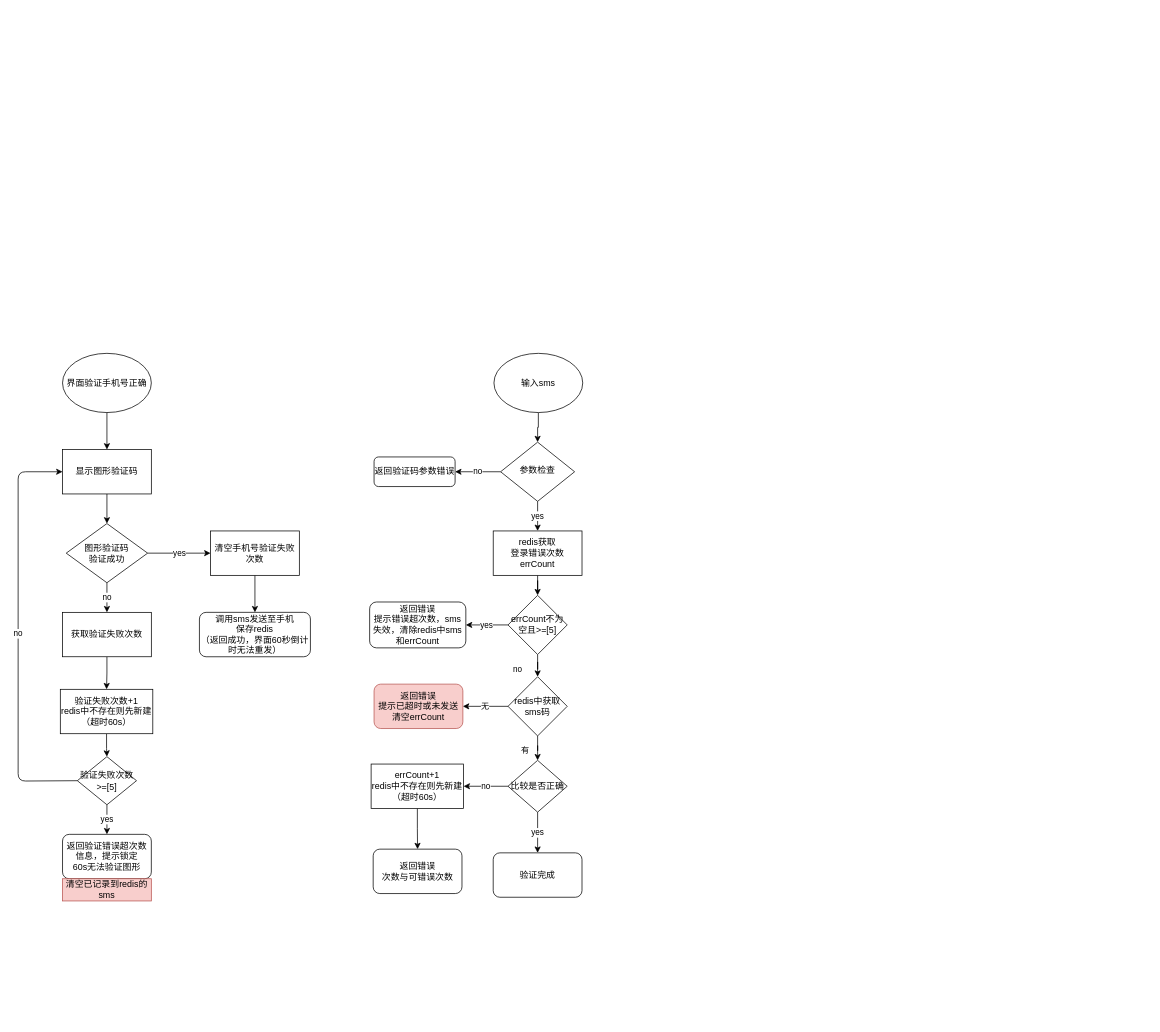
Earlier version of the draw.io diagram page "1" (1 of 3) of Untitled Diagram.drawio (leehomda/firsttest). Source tidied: cells renumbered, new cells numbered last; positions are measured from the earlier drawing's top-left corner, leaving out a move shared by most shapes. Both pictures are drawn from the tidied source at 74%, with x=0, y=0 at pixel (18, 353).
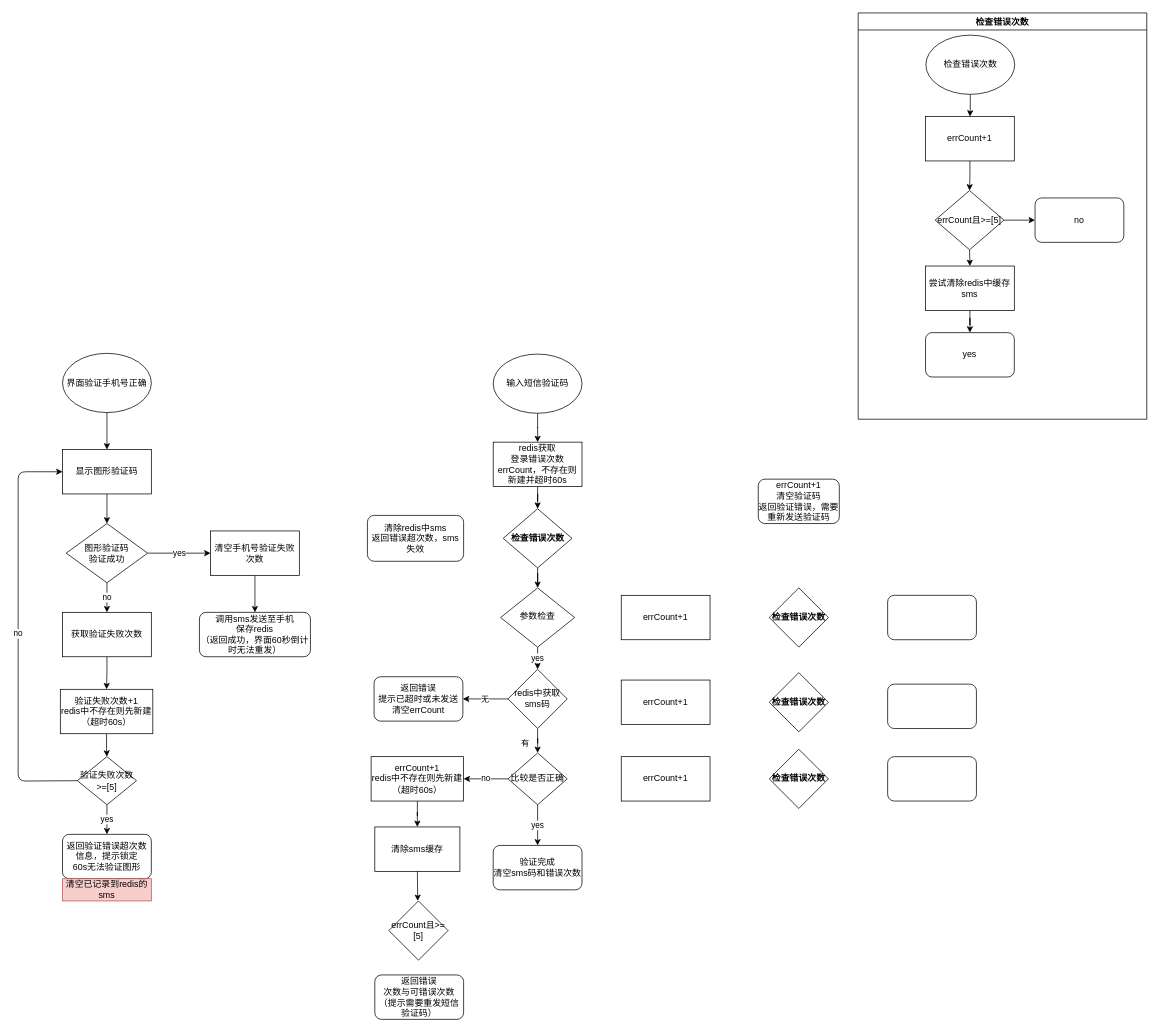
The same page after the edit.

Diff of the diagram source:
```diff
@@
-    <mxCell id="20" style="edgeStyle=orthogonalEdgeStyle;rounded=0;jettySize=auto;html=1;" parent="1" edge="1" source="21" target="25">
-      <mxGeometry relative="1" as="geometry" />
-    </mxCell>
+    <mxCell id="44" style="edgeStyle=orthogonalEdgeStyle;rounded=0;jettySize=auto;html=1;" parent="1" edge="1" source="21" target="28">
+      <mxGeometry relative="1" as="geometry" />
+    </mxCell>
-    <mxCell id="21" value="输入sms" style="ellipse;whiteSpace=wrap;html=1;" parent="1" vertex="1">
-      <mxGeometry x="643" width="120" height="80" as="geometry" />
+    <mxCell id="21" value="输入短信验证码" style="ellipse;whiteSpace=wrap;html=1;" parent="1" vertex="1">
+      <mxGeometry x="642" y="1" width="120" height="80" as="geometry" />
     </mxCell>
-    <mxCell id="22" value="验证完成" style="rounded=1;whiteSpace=wrap;html=1;" parent="1" vertex="1">
-      <mxGeometry x="642" y="675" width="120" height="60" as="geometry" />
+    <mxCell id="22" value="验证完成&lt;br&gt;清空sms码和错误次数" style="rounded=1;whiteSpace=wrap;html=1;" parent="1" vertex="1">
+      <mxGeometry x="642" y="665" width="120" height="60" as="geometry" />
     </mxCell>
-    <mxCell id="23" value="no" style="edgeStyle=orthogonalEdgeStyle;rounded=0;jettySize=auto;html=1;" parent="1" edge="1" source="25" target="26">
-      <mxGeometry relative="1" as="geometry" />
-    </mxCell>
-    <mxCell id="24" value="yes" style="edgeStyle=orthogonalEdgeStyle;rounded=0;jettySize=auto;html=1;" parent="1" edge="1" source="25" target="28">
-      <mxGeometry relative="1" as="geometry" />
-    </mxCell>
+    <mxCell id="45" value="yes" style="edgeStyle=orthogonalEdgeStyle;rounded=0;jettySize=auto;html=1;" parent="1" edge="1" source="25" target="40">
+      <mxGeometry relative="1" as="geometry" />
+    </mxCell>
     <mxCell id="25" value="参数检查" style="rhombus;whiteSpace=wrap;html=1;shadow=0;fontFamily=Helvetica;fontSize=12;align=center;strokeWidth=1;spacing=6;spacingTop=-4;" parent="1" vertex="1">
-      <mxGeometry x="652" y="120" width="100" height="80" as="geometry" />
+      <mxGeometry x="652" y="317" width="100" height="80" as="geometry" />
     </mxCell>
-    <mxCell id="26" value="返回验证码参数错误" style="rounded=1;whiteSpace=wrap;html=1;fontSize=12;glass=0;strokeWidth=1;shadow=0;" parent="1" vertex="1">
-      <mxGeometry x="481" y="140" width="109.5" height="40" as="geometry" />
+    <mxCell id="26" value="errCount+1&lt;br&gt;清空验证码&lt;br&gt;返回验证错误，需要重新发送验证码" style="rounded=1;whiteSpace=wrap;html=1;fontSize=12;glass=0;strokeWidth=1;shadow=0;" parent="1" vertex="1">
+      <mxGeometry x="1000.2" y="170" width="109.5" height="60" as="geometry" />
     </mxCell>
-    <mxCell id="27" style="edgeStyle=orthogonalEdgeStyle;rounded=0;jettySize=auto;html=1;" parent="1" edge="1" source="28" target="31">
-      <mxGeometry relative="1" as="geometry" />
-    </mxCell>
+    <mxCell id="46" style="edgeStyle=orthogonalEdgeStyle;rounded=0;jettySize=auto;html=1;entryX=0.5;entryY=0;entryDx=0;entryDy=0;" parent="1" edge="1" source="28" target="50">
+      <mxGeometry relative="1" as="geometry" />
+    </mxCell>
-    <mxCell id="28" value="redis获取&lt;br&gt;登录错误次数errCount" style="rounded=0;whiteSpace=wrap;html=1;" parent="1" vertex="1">
-      <mxGeometry x="642" y="240" width="120" height="60" as="geometry" />
+    <mxCell id="28" value="redis获取&lt;br&gt;登录错误次数errCount，不存在则新建并超时60s" style="rounded=0;whiteSpace=wrap;html=1;" parent="1" vertex="1">
+      <mxGeometry x="642" y="120" width="120" height="60" as="geometry" />
     </mxCell>
-    <mxCell id="29" value="no" style="edgeStyle=orthogonalEdgeStyle;rounded=0;jettySize=auto;html=1;" parent="1" edge="1" source="31" target="40">
-      <mxGeometry x="0.6" y="-27" relative="1" as="geometry" />
-    </mxCell>
-    <mxCell id="30" value="yes" style="edgeStyle=orthogonalEdgeStyle;rounded=0;jettySize=auto;html=1;" parent="1" edge="1" source="31" target="32">
-      <mxGeometry relative="1" as="geometry" />
-    </mxCell>
-    <mxCell id="31" value="errCount不为空且&amp;gt;=[5]" style="rhombus;whiteSpace=wrap;html=1;rounded=0;" parent="1" vertex="1">
-      <mxGeometry x="662" y="327" width="80" height="80" as="geometry" />
-    </mxCell>
-    <mxCell id="32" value="返回错误&lt;br&gt;提示错误超次数，sms失效，清除redis中sms和errCount" style="rounded=1;whiteSpace=wrap;html=1;" parent="1" vertex="1">
-      <mxGeometry x="475" y="336" width="130" height="62" as="geometry" />
-    </mxCell>
-    <mxCell id="33" value="&lt;span&gt;返回错误&lt;/span&gt;&lt;br&gt;&lt;span&gt;提示已超时或未发送&lt;/span&gt;&lt;br&gt;&lt;span&gt;清空errCount&lt;/span&gt;" style="rounded=1;whiteSpace=wrap;html=1;fillColor=#f8cecc;strokeColor=#b85450;" parent="1" vertex="1">
-      <mxGeometry x="481" y="447" width="120" height="60" as="geometry" />
+    <mxCell id="33" value="&lt;span&gt;返回错误&lt;/span&gt;&lt;br&gt;&lt;span&gt;提示已超时或未发送&lt;/span&gt;&lt;br&gt;&lt;span&gt;清空errCount&lt;/span&gt;" style="rounded=1;whiteSpace=wrap;html=1;" parent="1" vertex="1">
+      <mxGeometry x="481" y="437" width="120" height="60" as="geometry" />
     </mxCell>
-    <mxCell id="34" value="返回错误&lt;br&gt;次数与可错误次数" style="rounded=1;whiteSpace=wrap;html=1;" parent="1" vertex="1">
-      <mxGeometry x="479.8" y="670" width="120" height="60" as="geometry" />
+    <mxCell id="34" value="返回错误&lt;br&gt;次数与可错误次数&lt;br&gt;（提示需要重发短信验证码）" style="rounded=1;whiteSpace=wrap;html=1;" parent="1" vertex="1">
+      <mxGeometry x="482" y="840" width="120" height="60" as="geometry" />
     </mxCell>
@@
     <mxCell id="37" value="比较是否正确" style="rhombus;whiteSpace=wrap;html=1;" parent="1" vertex="1">
-      <mxGeometry x="662" y="550" width="80" height="70" as="geometry" />
+      <mxGeometry x="662" y="540" width="80" height="70" as="geometry" />
     </mxCell>
@@
     <mxCell id="40" value="&lt;span&gt;redis中获取sms码&lt;br&gt;&lt;/span&gt;" style="rhombus;whiteSpace=wrap;html=1;" parent="1" vertex="1">
-      <mxGeometry x="662" y="437" width="80" height="80" as="geometry" />
+      <mxGeometry x="662" y="427" width="80" height="80" as="geometry" />
     </mxCell>
@@
-    <mxCell id="42" style="edgeStyle=orthogonalEdgeStyle;rounded=0;jettySize=auto;html=1;" parent="1" edge="1" source="43" target="34">
+    <mxCell id="42" style="edgeStyle=orthogonalEdgeStyle;rounded=0;jettySize=auto;html=1;entryX=0.5;entryY=0;entryDx=0;entryDy=0;" parent="1" edge="1" source="43" target="47">
       <mxGeometry relative="1" as="geometry" />
     </mxCell>
     <mxCell id="43" value="&lt;span&gt;errCount&lt;/span&gt;+1&lt;br&gt;&lt;span&gt;redis中不存在则先新建&lt;/span&gt;&lt;br&gt;&lt;span&gt;（超时60s）&lt;/span&gt;" style="rounded=0;whiteSpace=wrap;html=1;" parent="1" vertex="1">
-      <mxGeometry x="477" y="555" width="125" height="60" as="geometry" />
+      <mxGeometry x="477" y="545" width="125" height="60" as="geometry" />
     </mxCell>
+    <mxCell id="47" value="&lt;span&gt;清除sms缓存&lt;br&gt;&lt;/span&gt;" style="rounded=0;whiteSpace=wrap;html=1;" parent="1" vertex="1">
+      <mxGeometry x="482" y="640" width="115" height="60" as="geometry" />
+    </mxCell>
+    <mxCell id="48" style="endArrow=classic;html=1;exitX=0.5;exitY=1;exitDx=0;exitDy=0;" parent="1" edge="1" source="47">
+      <mxGeometry relative="1" as="geometry">
+        <mxPoint x="540" y="740" as="targetPoint" />
+      </mxGeometry>
+    </mxCell>
+    <mxCell id="49" style="edgeStyle=orthogonalEdgeStyle;rounded=0;jettySize=auto;html=1;" parent="1" edge="1" source="50" target="25">
+      <mxGeometry relative="1" as="geometry" />
+    </mxCell>
+    <mxCell id="50" value="&lt;span style=&quot;font-weight: 700&quot;&gt;检查错误次数&lt;/span&gt;" style="rhombus;whiteSpace=wrap;html=1;rounded=0;" parent="1" vertex="1">
+      <mxGeometry x="655.5" y="210" width="93" height="80" as="geometry" />
+    </mxCell>
+    <mxCell id="51" value="&lt;span&gt;errCount且&amp;gt;=[5]&lt;/span&gt;" style="rhombus;whiteSpace=wrap;html=1;" parent="1" vertex="1">
+      <mxGeometry x="501" y="740" width="80" height="80" as="geometry" />
+    </mxCell>
+    <mxCell id="52" value="清除redis中sms&lt;br&gt;返回错误超次数，sms失效" style="rounded=1;whiteSpace=wrap;html=1;" parent="1" vertex="1">
+      <mxGeometry x="472" y="219" width="130" height="62" as="geometry" />
+    </mxCell>
+    <mxCell id="53" value="检查错误次数" style="swimlane;" parent="1" vertex="1">
+      <mxGeometry x="1135.2" y="-460" width="390" height="549" as="geometry" />
+    </mxCell>
+    <mxCell id="54" style="edgeStyle=orthogonalEdgeStyle;rounded=0;jettySize=auto;html=1;" parent="53" edge="1" source="55" target="64">
+      <mxGeometry relative="1" as="geometry" />
+    </mxCell>
+    <mxCell id="55" value="检查错误次数" style="ellipse;whiteSpace=wrap;html=1;" parent="53" vertex="1">
+      <mxGeometry x="91.5" y="30" width="120" height="80" as="geometry" />
+    </mxCell>
+    <mxCell id="56" style="edgeStyle=orthogonalEdgeStyle;rounded=0;jettySize=auto;html=1;" parent="53" edge="1" source="57" target="61">
+      <mxGeometry relative="1" as="geometry" />
+    </mxCell>
+    <mxCell id="57" value="errCount且&amp;gt;=[5]" style="rhombus;whiteSpace=wrap;html=1;rounded=0;" parent="53" vertex="1">
+      <mxGeometry x="104" y="240" width="93" height="80" as="geometry" />
+    </mxCell>
+    <mxCell id="58" style="edgeStyle=orthogonalEdgeStyle;rounded=0;jettySize=auto;html=1;" parent="53" edge="1" source="59" target="60">
+      <mxGeometry relative="1" as="geometry" />
+    </mxCell>
+    <mxCell id="59" value="尝试清除redis中缓存sms" style="rounded=0;whiteSpace=wrap;html=1;" parent="53" vertex="1">
+      <mxGeometry x="91" y="342" width="120" height="60" as="geometry" />
+    </mxCell>
+    <mxCell id="60" value="yes" style="rounded=1;whiteSpace=wrap;html=1;" parent="53" vertex="1">
+      <mxGeometry x="91" y="432" width="120" height="60" as="geometry" />
+    </mxCell>
+    <mxCell id="61" value="no" style="rounded=1;whiteSpace=wrap;html=1;" parent="53" vertex="1">
+      <mxGeometry x="239" y="250" width="120" height="60" as="geometry" />
+    </mxCell>
+    <mxCell id="62" style="endArrow=classic;html=1;exitX=0.5;exitY=1;exitDx=0;exitDy=0;entryX=0.5;entryY=0;entryDx=0;entryDy=0;" parent="53" edge="1" source="57" target="59">
+      <mxGeometry relative="1" as="geometry" />
+    </mxCell>
+    <mxCell id="63" style="edgeStyle=orthogonalEdgeStyle;rounded=0;jettySize=auto;html=1;" parent="53" edge="1" source="64" target="57">
+      <mxGeometry relative="1" as="geometry" />
+    </mxCell>
+    <mxCell id="64" value="errCount+1" style="rounded=0;whiteSpace=wrap;html=1;" parent="53" vertex="1">
+      <mxGeometry x="91" y="140" width="120" height="60" as="geometry" />
+    </mxCell>
+    <mxCell id="65" value="&lt;span style=&quot;font-weight: 700&quot;&gt;检查错误次数&lt;/span&gt;" style="rhombus;whiteSpace=wrap;html=1;" parent="1" vertex="1">
+      <mxGeometry x="1015" y="317" width="80" height="80" as="geometry" />
+    </mxCell>
+    <mxCell id="66" value="&lt;span style=&quot;font-weight: 700&quot;&gt;检查错误次数&lt;/span&gt;" style="rhombus;whiteSpace=wrap;html=1;" parent="1" vertex="1">
+      <mxGeometry x="1015" y="431.5" width="80" height="80" as="geometry" />
+    </mxCell>
+    <mxCell id="67" value="&lt;span style=&quot;font-weight: 700&quot;&gt;检查错误次数&lt;/span&gt;" style="rhombus;whiteSpace=wrap;html=1;" parent="1" vertex="1">
+      <mxGeometry x="1015" y="535" width="80" height="80" as="geometry" />
+    </mxCell>
+    <mxCell id="68" value="errCount+1" style="rounded=0;whiteSpace=wrap;html=1;" parent="1" vertex="1">
+      <mxGeometry x="815" y="327" width="120" height="60" as="geometry" />
+    </mxCell>
+    <mxCell id="69" value="errCount+1" style="rounded=0;whiteSpace=wrap;html=1;" parent="1" vertex="1">
+      <mxGeometry x="815" y="441.5" width="120" height="60" as="geometry" />
+    </mxCell>
+    <mxCell id="70" value="errCount+1" style="rounded=0;whiteSpace=wrap;html=1;" parent="1" vertex="1">
+      <mxGeometry x="815" y="545" width="120" height="60" as="geometry" />
+    </mxCell>
+    <mxCell id="71" style="rounded=1;whiteSpace=wrap;html=1;" parent="1" vertex="1">
+      <mxGeometry x="1175" y="327" width="120" height="60" as="geometry" />
+    </mxCell>
+    <mxCell id="72" style="rounded=1;whiteSpace=wrap;html=1;" parent="1" vertex="1">
+      <mxGeometry x="1175" y="447" width="120" height="60" as="geometry" />
+    </mxCell>
+    <mxCell id="73" style="rounded=1;whiteSpace=wrap;html=1;" parent="1" vertex="1">
+      <mxGeometry x="1175" y="545" width="120" height="60" as="geometry" />
+    </mxCell>
```
